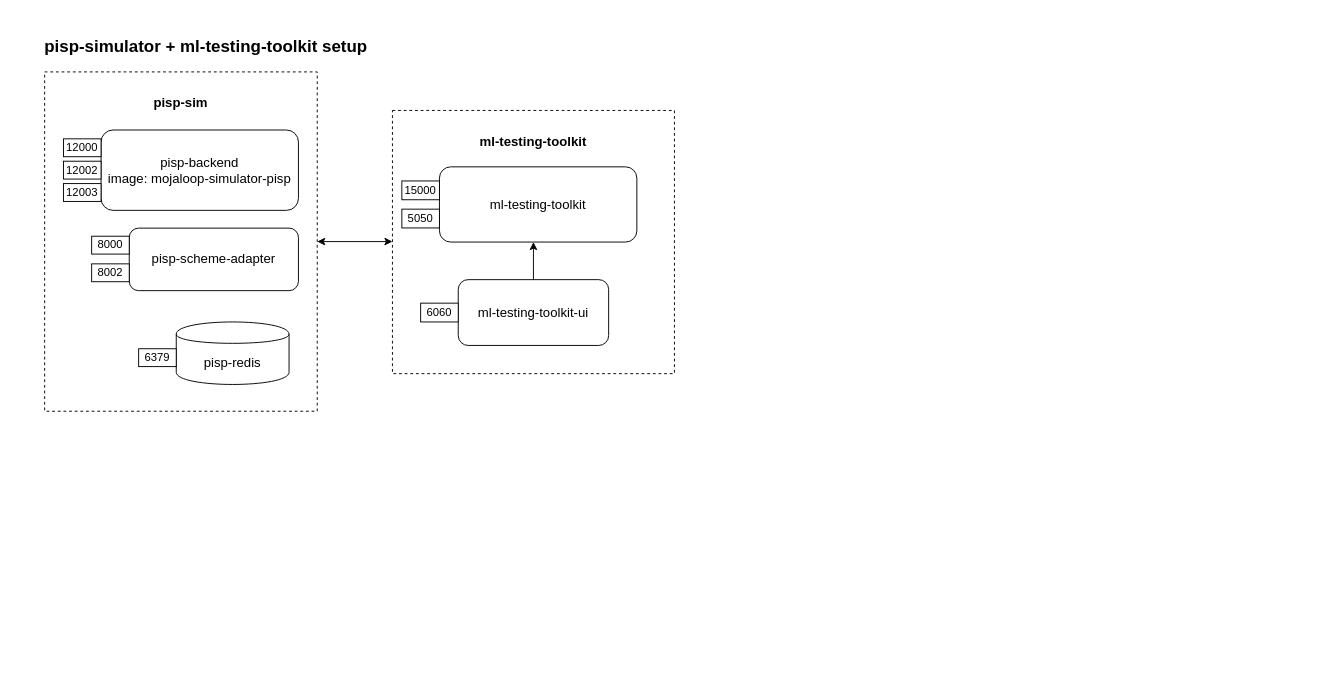
Before: docker-contract/components_layout.drawio in mojaloop/pisp-project, a draw.io diagram. Source tidied: cells renumbered, new cells numbered last; positions are measured from the earlier drawing's top-left corner, leaving out a move shared by most shapes. Both pictures are drawn from the tidied source at 94%, with x=0, y=0 at pixel (16, 25).
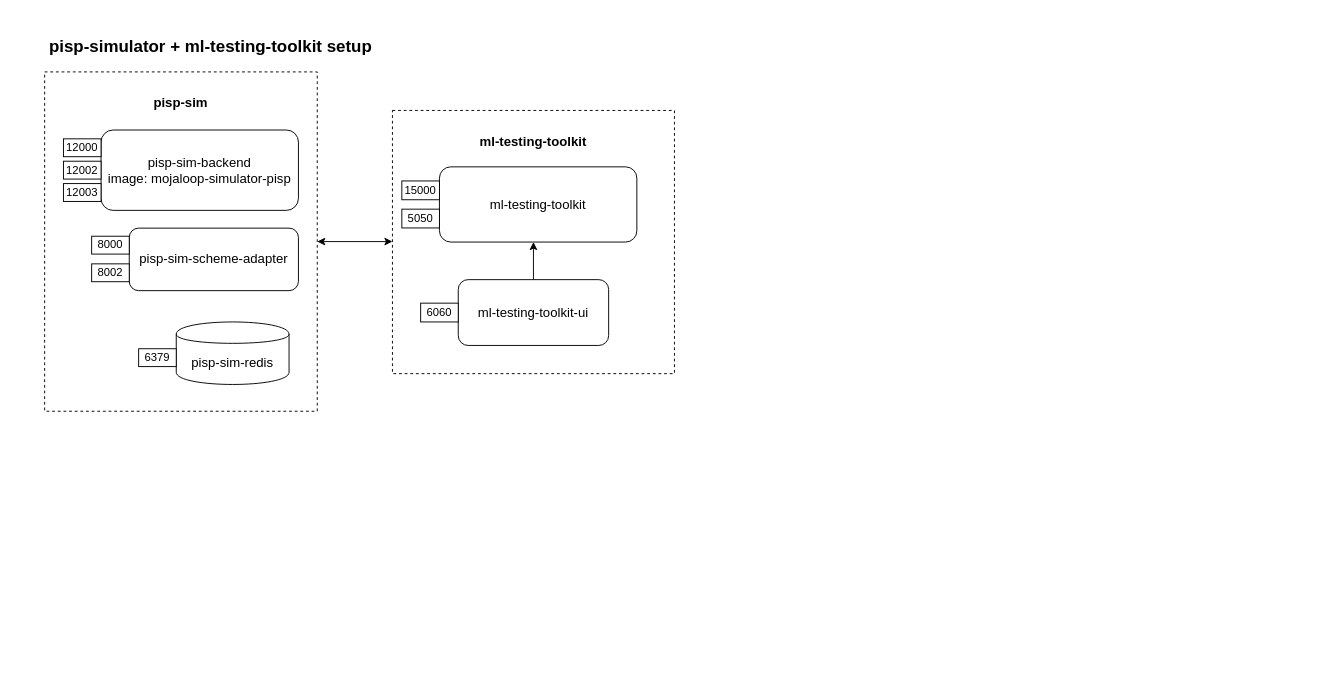
After the change.

The change refers to these unchanged cells:
```xml
<mxCell id="3" style="group;" parent="1" vertex="1">
  <mxGeometry x="20" y="30" width="300" height="380" as="geometry" />
</mxCell>
<mxCell id="5" style="group;" parent="3" vertex="1">
  <mxGeometry x="110" y="285" width="160" height="66.5" as="geometry" />
</mxCell>
<mxCell id="8" style="group;" parent="3" vertex="1">
  <mxGeometry x="80" y="185.2" width="200" height="66.5" as="geometry" />
</mxCell>
```

Change to the diagram source:
```diff
@@
-    <mxCell id="6" value="&lt;font style=&quot;font-size: 14px&quot;&gt;pisp-redis&lt;/font&gt;" style="shape=cylinder;whiteSpace=wrap;html=1;boundedLbl=1;backgroundOutline=1;rounded=0;align=center;" parent="5" vertex="1">
+    <mxCell id="6" value="&lt;font style=&quot;font-size: 14px&quot;&gt;pisp-sim-redis&lt;/font&gt;" style="shape=cylinder;whiteSpace=wrap;html=1;boundedLbl=1;backgroundOutline=1;rounded=0;align=center;" parent="5" vertex="1">
       <mxGeometry x="40" width="120" height="66.5" as="geometry" />
     </mxCell>
@@
-    <mxCell id="9" value="&lt;font style=&quot;font-size: 14px&quot;&gt;pisp-scheme-adapter&lt;/font&gt;" style="rounded=1;whiteSpace=wrap;html=1;align=center;fontStyle=0;" parent="8" vertex="1">
+    <mxCell id="9" value="&lt;font style=&quot;font-size: 14px&quot;&gt;pisp-sim-scheme-adapter&lt;/font&gt;" style="rounded=1;whiteSpace=wrap;html=1;align=center;fontStyle=0;" parent="8" vertex="1">
       <mxGeometry x="20" width="180" height="66.5" as="geometry" />
     </mxCell>
-    <mxCell id="10" value="&lt;font style=&quot;font-size: 14px&quot;&gt;pisp-backend&lt;br&gt;image: mojaloop-simulator-pisp&lt;br&gt;&lt;/font&gt;" style="rounded=1;whiteSpace=wrap;html=1;align=center;" parent="3" vertex="1">
+    <mxCell id="10" value="&lt;font style=&quot;font-size: 14px&quot;&gt;pisp-sim-backend&lt;br&gt;image: mojaloop-simulator-pisp&lt;br&gt;&lt;/font&gt;" style="rounded=1;whiteSpace=wrap;html=1;align=center;" parent="3" vertex="1">
       <mxGeometry x="70" y="80.8" width="210" height="85.5" as="geometry" />
     </mxCell>
@@
-    <mxCell id="17" value="&lt;h1 style=&quot;text-align: center&quot;&gt;&lt;font style=&quot;font-size: 18px&quot;&gt;&amp;nbsp; &amp;nbsp; &amp;nbsp;pisp-simulator + ml-testing-toolkit setup&lt;/font&gt;&lt;br&gt;&lt;/h1&gt;" style="text;html=1;strokeColor=none;fillColor=none;spacing=5;spacingTop=-20;whiteSpace=wrap;overflow=hidden;rounded=0;" parent="1" vertex="1">
-      <mxGeometry width="690" height="40" as="geometry" />
+    <mxCell id="17" value="&lt;h1 style=&quot;text-align: center&quot;&gt;&lt;font style=&quot;font-size: 18px&quot;&gt;&amp;nbsp; &amp;nbsp; pisp-simulator + ml-testing-toolkit setup&lt;/font&gt;&lt;br&gt;&lt;/h1&gt;" style="text;html=1;strokeColor=none;fillColor=none;spacing=5;spacingTop=-20;whiteSpace=wrap;overflow=hidden;rounded=0;" parent="1" vertex="1">
+      <mxGeometry x="10" width="680" height="40" as="geometry" />
     </mxCell>
```
